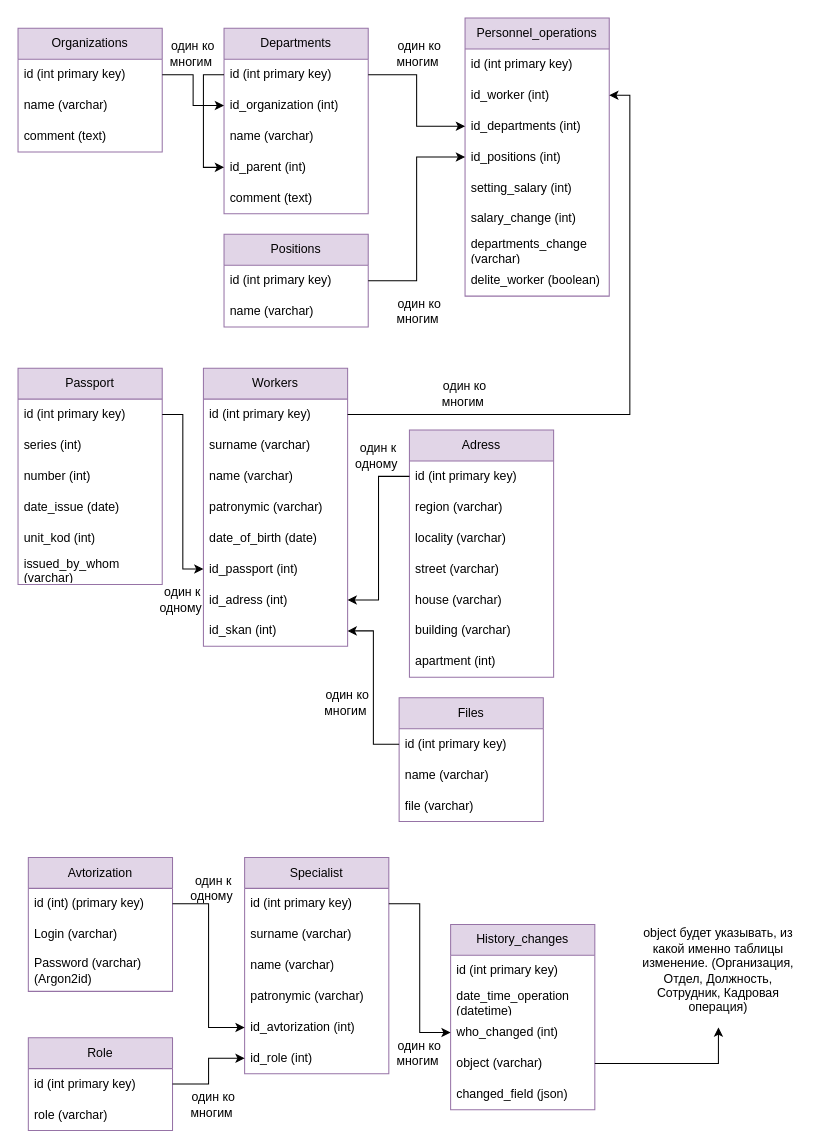
Earlier version of the draw.io diagram Drawio/Test.drawio (qwiful/areal-hr-test-2024). Source tidied: cells renumbered, new cells numbered last; positions are measured from the earlier drawing's top-left corner, leaving out a move shared by most shapes. Both pictures are drawn from the tidied source at 103%, with x=0, y=0 at pixel (18, 18).
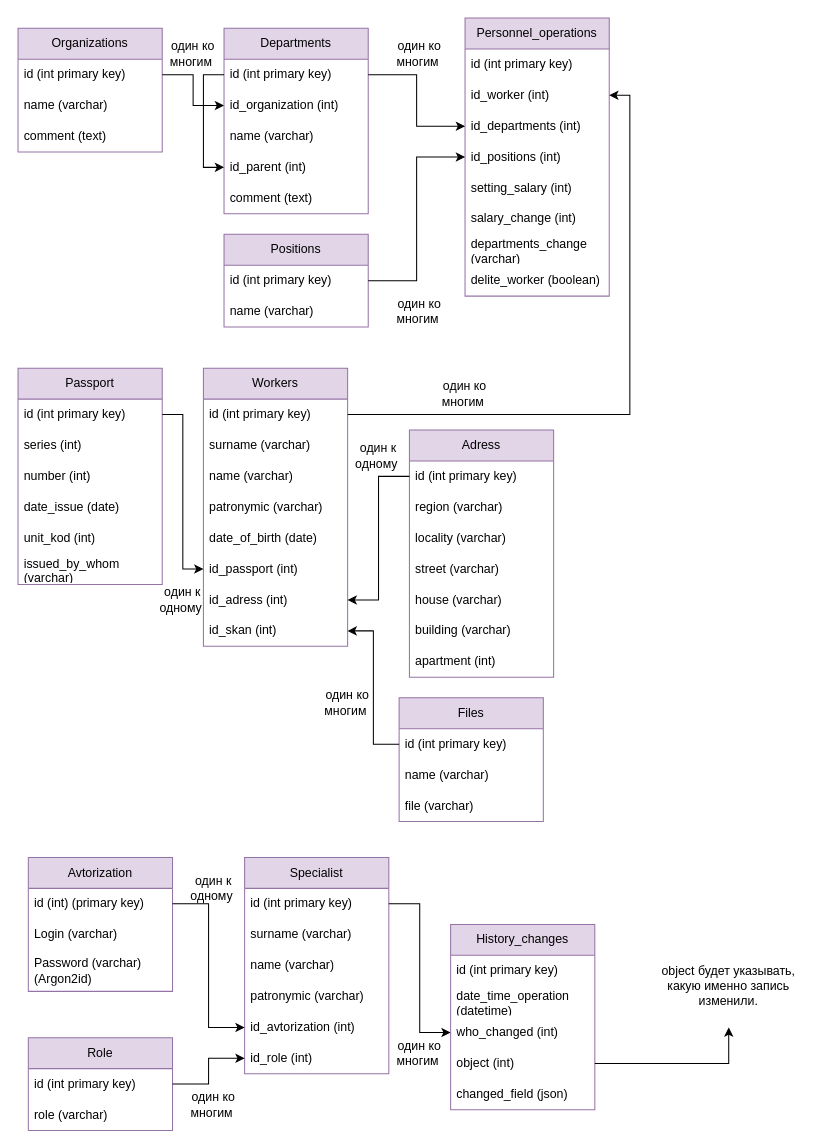
The same diagram, later.

Unchanged cells that the change refers to:
```xml
<mxCell id="53" value="History_changes" style="swimlane;fontStyle=0;horizontal=1;startSize=30;whiteSpace=wrap;html=1;fillColor=#e1d5e7;strokeColor=#9673a6;" parent="1" vertex="1">
  <mxGeometry x="420" y="880" width="140" height="180" as="geometry" />
</mxCell>
```

Diff of the diagram source:
```diff
@@
-    <mxCell id="57" value="object (varchar)&amp;nbsp;" style="text;strokeColor=none;fillColor=none;align=left;verticalAlign=middle;spacingLeft=4;spacingRight=4;overflow=hidden;points=[[0,0.5],[1,0.5]];portConstraint=eastwest;whiteSpace=wrap;html=1;" parent="53" vertex="1">
+    <mxCell id="57" value="object (int)&amp;nbsp;" style="text;strokeColor=none;fillColor=none;align=left;verticalAlign=middle;spacingLeft=4;spacingRight=4;overflow=hidden;points=[[0,0.5],[1,0.5]];portConstraint=eastwest;whiteSpace=wrap;html=1;" parent="53" vertex="1">
       <mxGeometry y="120" width="140" height="30" as="geometry" />
     </mxCell>
@@
-    <mxCell id="93" value="object будет указывать, из какой именно таблицы изменение. &lt;font face=&quot;Helvetica&quot; style=&quot;font-size: 12px;&quot;&gt;(&lt;span style=&quot;text-align: left; background-color: rgb(255, 255, 255);&quot;&gt;Организация, Отдел, Должность, Сотрудник, Кадровая операция)&lt;/span&gt;&lt;/font&gt;" style="text;html=1;align=center;verticalAlign=middle;whiteSpace=wrap;rounded=0;" parent="1" vertex="1">
-      <mxGeometry x="600" y="870" width="160" height="110" as="geometry" />
+    <mxCell id="93" value="object будет указывать, какую именно запись изменили." style="text;html=1;align=center;verticalAlign=middle;whiteSpace=wrap;rounded=0;" parent="1" vertex="1">
+      <mxGeometry x="620" y="900" width="140" height="80" as="geometry" />
     </mxCell>
```
